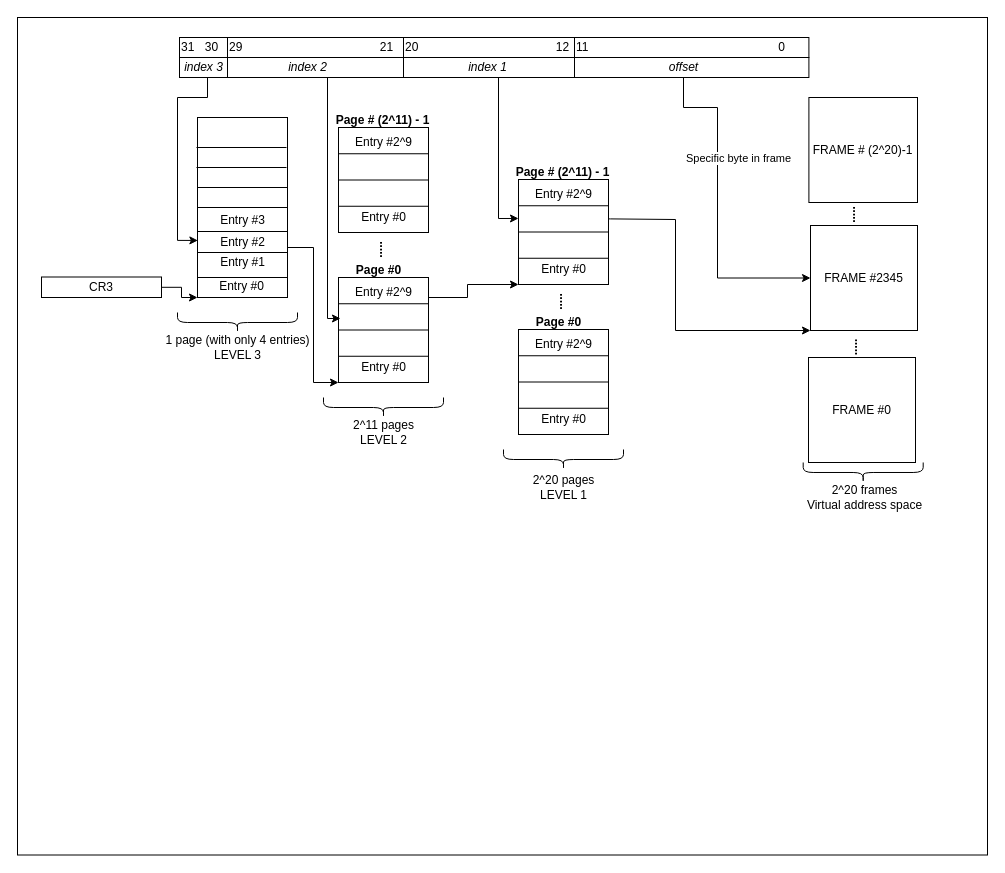
Above: DRY_4_DIAGRAMS.drawio in ayals99/HW4_OS (draw.io), before the change. Source tidied: cells renumbered, new cells numbered last; positions are measured from the earlier drawing's top-left corner, leaving out a move shared by most shapes. Both pictures are drawn from the tidied source at 100%, with x=0, y=0 at pixel (17, 17).
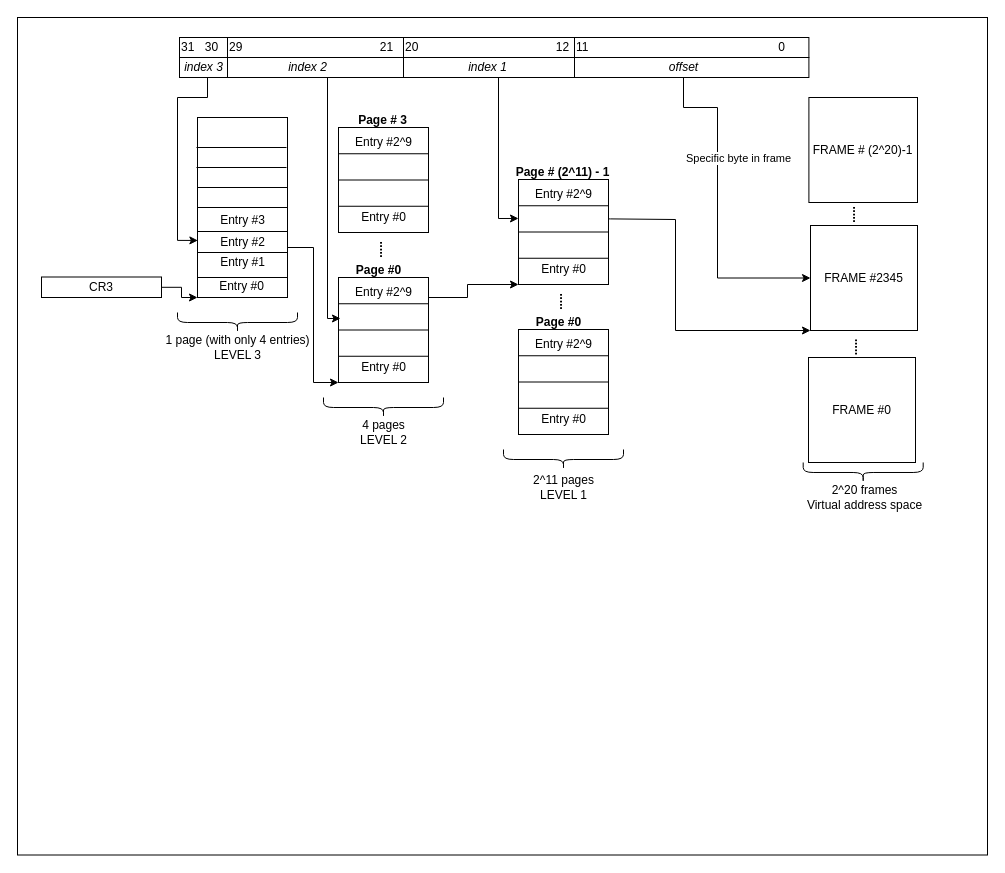
The same page after the edit.

Diff of the diagram source:
```diff
@@
-    <mxCell id="48" value="Page # (2^11) - 1" style="text;html=1;align=center;verticalAlign=middle;strokeColor=none;fillColor=none;fontStyle=1;" parent="1" vertex="1">
-      <mxGeometry x="310" y="88" width="110" height="30" as="geometry" />
+    <mxCell id="48" value="Page # 3" style="text;html=1;align=center;verticalAlign=middle;strokeColor=none;fillColor=none;fontStyle=1;" parent="1" vertex="1">
+      <mxGeometry x="330" y="88" width="70" height="30" as="geometry" />
     </mxCell>
@@
-    <mxCell id="57" value="2^11 pages&lt;div&gt;LEVEL 2&lt;/div&gt;" style="text;html=1;align=center;verticalAlign=middle;strokeColor=none;fillColor=none;" parent="1" vertex="1">
-      <mxGeometry x="326" y="395" width="80" height="40" as="geometry" />
+    <mxCell id="57" value="4 pages&lt;div&gt;LEVEL 2&lt;/div&gt;" style="text;html=1;align=center;verticalAlign=middle;strokeColor=none;fillColor=none;" parent="1" vertex="1">
+      <mxGeometry x="331" y="395" width="70" height="40" as="geometry" />
     </mxCell>
@@
-    <mxCell id="82" value="2^20 pages&lt;div&gt;LEVEL 1&lt;/div&gt;" style="text;html=1;align=center;verticalAlign=middle;strokeColor=none;fillColor=none;" parent="1" vertex="1">
-      <mxGeometry x="501" y="450" width="90" height="40" as="geometry" />
+    <mxCell id="82" value="2^11 pages&lt;div&gt;LEVEL 1&lt;/div&gt;" style="text;html=1;align=center;verticalAlign=middle;strokeColor=none;fillColor=none;" parent="1" vertex="1">
+      <mxGeometry x="506" y="450" width="80" height="40" as="geometry" />
     </mxCell>
```
